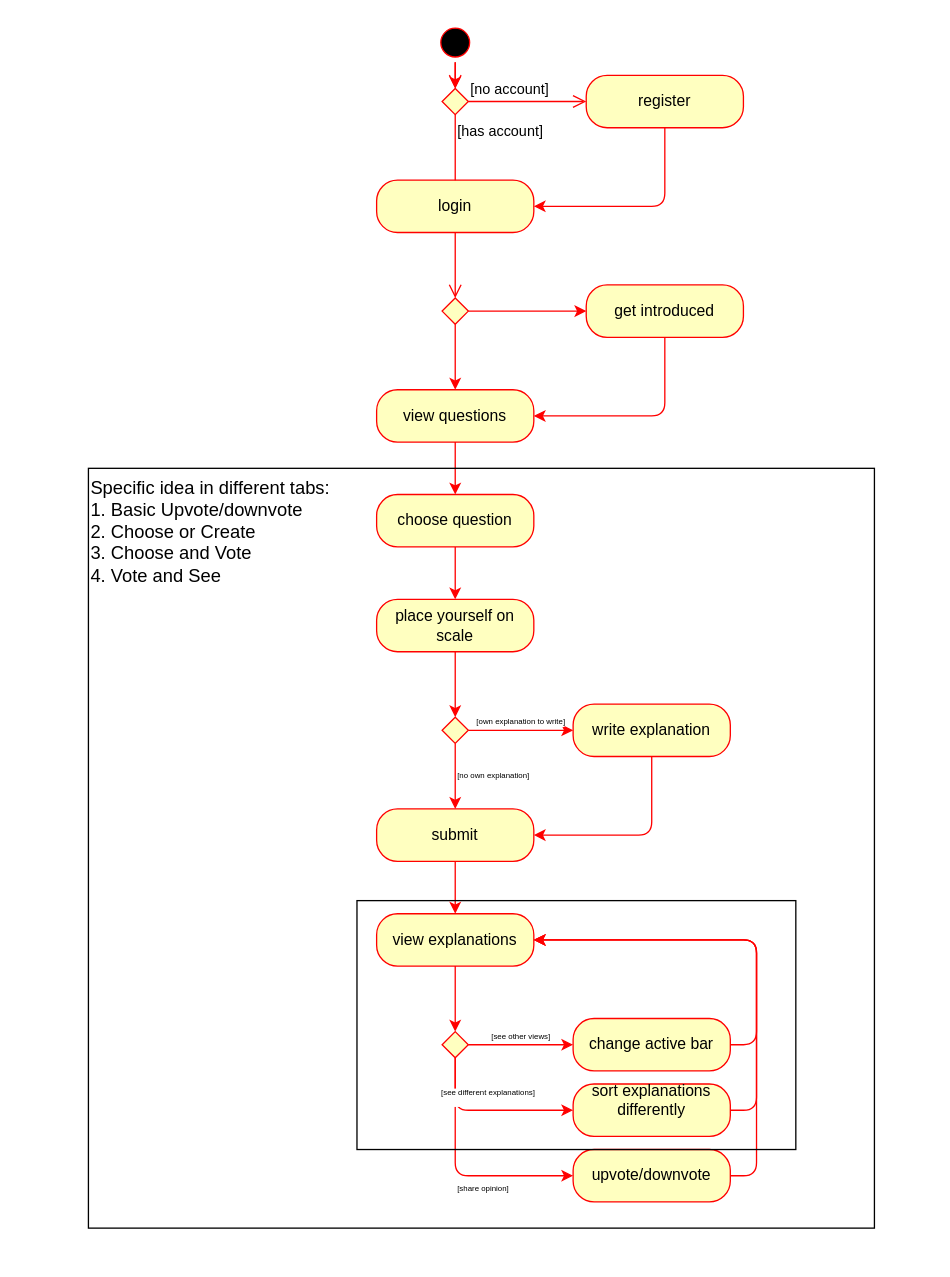
GabrielKP/vice-versa keeps this draw.io diagram as page "revised-diagram" (1 of 7) of diagrams/userflow.drawio. Above is the earlier version. Source tidied: cells renumbered, new cells numbered last; positions are measured from the earlier drawing's top-left corner, leaving out a move shared by most shapes. Both pictures are drawn from the tidied source at 131%, with x=0, y=0 at pixel (88, 22).
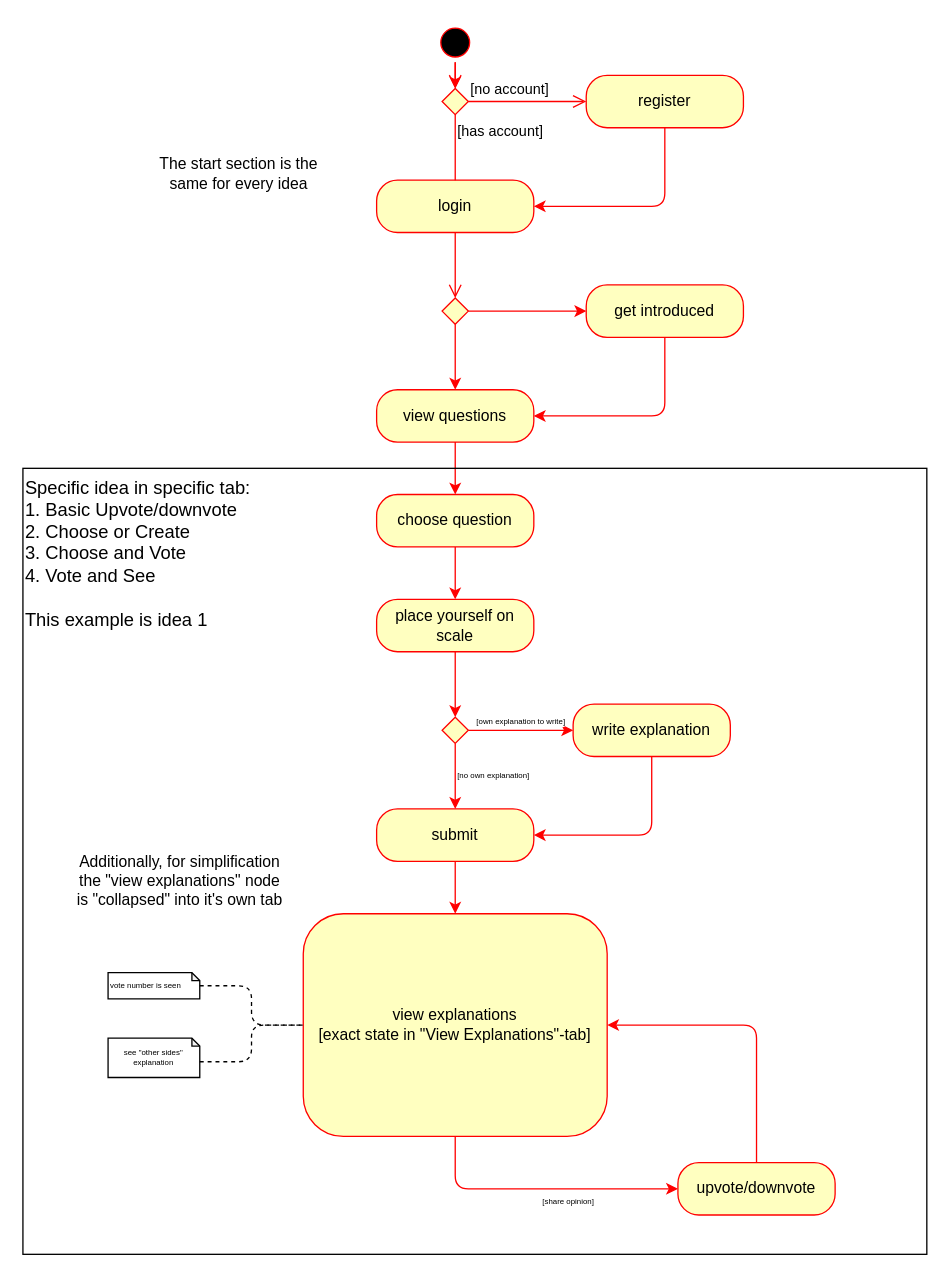
The same diagram, later.

Commit message (it also covers changes not shown here):
consistency, added explanations

The change refers to these unchanged cells:
```xml
<mxCell id="22" value="submit" style="rounded=1;whiteSpace=wrap;html=1;arcSize=40;fontColor=#000000;fillColor=#ffffc0;strokeColor=#ff0000;" parent="1" vertex="1">
  <mxGeometry x="220" y="600" width="120" height="40" as="geometry" />
</mxCell>
```

Diff of the diagram source:
```diff
@@
-    <mxCell id="21" style="edgeStyle=orthogonalEdgeStyle;rounded=1;jettySize=auto;html=1;strokeColor=#FF0000;fontSize=6;align=left;" parent="1" edge="1" source="22" target="31">
+    <mxCell id="21" style="edgeStyle=orthogonalEdgeStyle;rounded=1;jettySize=auto;html=1;strokeColor=#FF0000;fontSize=6;align=left;entryX=0.5;entryY=0;entryDx=0;entryDy=0;" parent="1" edge="1" source="22" target="46">
       <mxGeometry relative="1" as="geometry" />
     </mxCell>
@@
-    <mxCell id="30" style="edgeStyle=orthogonalEdgeStyle;rounded=1;jettySize=auto;html=1;strokeColor=#FF0000;fontSize=6;align=left;" parent="1" edge="1" source="31" target="35">
-      <mxGeometry relative="1" as="geometry" />
-    </mxCell>
-    <mxCell id="31" value="view explanations" style="rounded=1;whiteSpace=wrap;html=1;arcSize=40;fontColor=#000000;fillColor=#ffffc0;strokeColor=#ff0000;" parent="1" vertex="1">
-      <mxGeometry x="220" y="680" width="120" height="40" as="geometry" />
-    </mxCell>
-    <mxCell id="32" value="[share opinion] " style="edgeStyle=orthogonalEdgeStyle;rounded=1;jettySize=auto;html=1;strokeColor=#FF0000;fontSize=6;align=left;entryX=0;entryY=0.5;entryDx=0;entryDy=0;exitX=0.5;exitY=1;exitDx=0;exitDy=0;verticalAlign=top;" parent="1" edge="1" source="35" target="37">
+    <mxCell id="32" value="[share opinion] " style="edgeStyle=orthogonalEdgeStyle;rounded=1;jettySize=auto;html=1;strokeColor=#FF0000;fontSize=6;align=left;entryX=0;entryY=0.5;entryDx=0;entryDy=0;exitX=0.5;exitY=1;exitDx=0;exitDy=0;verticalAlign=top;" parent="1" edge="1" source="46" target="37">
       <mxGeometry relative="1" as="geometry" />
     </mxCell>
-    <mxCell id="33" value="&lt;div&gt;[see different explanations]&lt;/div&gt;&lt;div&gt;&lt;br&gt;&lt;/div&gt;" style="edgeStyle=orthogonalEdgeStyle;rounded=1;jettySize=auto;html=1;entryX=0;entryY=0.5;entryDx=0;entryDy=0;strokeColor=#FF0000;fontSize=6;align=center;exitX=0.5;exitY=1;exitDx=0;exitDy=0;verticalAlign=bottom;" parent="1" edge="1" source="35" target="39">
-      <mxGeometry relative="1" as="geometry" />
-    </mxCell>
-    <mxCell id="34" value="&lt;div&gt;[see other views]&lt;/div&gt;" style="edgeStyle=orthogonalEdgeStyle;rounded=1;jettySize=auto;html=1;entryX=0;entryY=0.5;entryDx=0;entryDy=0;strokeColor=#FF0000;fontSize=6;align=center;verticalAlign=bottom;" parent="1" edge="1" source="35" target="41">
-      <mxGeometry relative="1" as="geometry" />
-    </mxCell>
-    <mxCell id="35" style="rhombus;whiteSpace=wrap;html=1;fillColor=#ffffc0;strokeColor=#ff0000;" parent="1" vertex="1">
-      <mxGeometry x="270" y="770" width="20" height="20" as="geometry" />
-    </mxCell>
-    <mxCell id="36" style="edgeStyle=orthogonalEdgeStyle;rounded=1;jettySize=auto;html=1;entryX=1;entryY=0.5;entryDx=0;entryDy=0;strokeColor=#FF0000;fontSize=6;align=left;exitX=1;exitY=0.5;exitDx=0;exitDy=0;" parent="1" edge="1" source="37" target="31">
-      <mxGeometry relative="1" as="geometry" />
-    </mxCell>
+    <mxCell id="44" style="edgeStyle=orthogonalEdgeStyle;rounded=1;jettySize=auto;html=1;entryX=1;entryY=0.5;entryDx=0;entryDy=0;exitX=0.5;exitY=0;exitDx=0;exitDy=0;strokeColor=#FF0000;" parent="1" edge="1" source="37" target="46">
+      <mxGeometry relative="1" as="geometry" />
+    </mxCell>
     <mxCell id="37" value="upvote/downvote" style="rounded=1;whiteSpace=wrap;html=1;arcSize=40;fontColor=#000000;fillColor=#ffffc0;strokeColor=#ff0000;" parent="1" vertex="1">
-      <mxGeometry x="370" y="860" width="120" height="40" as="geometry" />
+      <mxGeometry x="450" y="870" width="120" height="40" as="geometry" />
     </mxCell>
-    <mxCell id="38" style="edgeStyle=orthogonalEdgeStyle;rounded=1;jettySize=auto;html=1;entryX=1;entryY=0.5;entryDx=0;entryDy=0;strokeColor=#FF0000;fontSize=6;align=left;exitX=1;exitY=0.5;exitDx=0;exitDy=0;" parent="1" edge="1" source="39" target="31">
-      <mxGeometry relative="1" as="geometry" />
-    </mxCell>
-    <mxCell id="39" value="&lt;div&gt;sort explanations differently&lt;/div&gt;&lt;div&gt;&lt;br&gt;&lt;/div&gt;" style="rounded=1;whiteSpace=wrap;html=1;arcSize=40;fontColor=#000000;fillColor=#ffffc0;strokeColor=#ff0000;" parent="1" vertex="1">
-      <mxGeometry x="370" y="810" width="120" height="40" as="geometry" />
-    </mxCell>
-    <mxCell id="40" style="edgeStyle=orthogonalEdgeStyle;rounded=1;jettySize=auto;html=1;entryX=1;entryY=0.5;entryDx=0;entryDy=0;strokeColor=#FF0000;fontSize=6;align=left;exitX=1;exitY=0.5;exitDx=0;exitDy=0;" parent="1" edge="1" source="41" target="31">
-      <mxGeometry relative="1" as="geometry" />
-    </mxCell>
-    <mxCell id="41" value="change active bar" style="rounded=1;whiteSpace=wrap;html=1;arcSize=40;fontColor=#000000;fillColor=#ffffc0;strokeColor=#ff0000;" parent="1" vertex="1">
-      <mxGeometry x="370" y="760" width="120" height="40" as="geometry" />
-    </mxCell>
-    <mxCell id="42" value="&lt;div style=&quot;font-size: 14px&quot;&gt;Specific idea in different tabs:&lt;br&gt;1. Basic Upvote/downvote&lt;/div&gt;&lt;div style=&quot;font-size: 14px&quot;&gt;2. Choose or Create&lt;/div&gt;&lt;div style=&quot;font-size: 14px&quot;&gt;3. Choose and Vote&lt;/div&gt;&lt;div style=&quot;font-size: 14px&quot;&gt;4. Vote and See&lt;br style=&quot;font-size: 14px&quot;&gt;&lt;/div&gt;" style="rounded=0;whiteSpace=wrap;html=1;fontSize=14;fillColor=none;align=left;verticalAlign=top;" parent="1" vertex="1">
-      <mxGeometry y="340" width="600" height="580" as="geometry" />
+    <mxCell id="42" value="&lt;div style=&quot;font-size: 14px&quot;&gt;Specific idea in specific tab:&lt;br&gt;1. Basic Upvote/downvote&lt;/div&gt;&lt;div style=&quot;font-size: 14px&quot;&gt;2. Choose or Create&lt;/div&gt;&lt;div style=&quot;font-size: 14px&quot;&gt;3. Choose and Vote&lt;/div&gt;&lt;div style=&quot;font-size: 14px&quot;&gt;4. Vote and See&lt;/div&gt;&lt;div style=&quot;font-size: 14px&quot;&gt;&lt;br&gt;&lt;/div&gt;&lt;div style=&quot;font-size: 14px&quot;&gt;This example is idea 1&lt;br style=&quot;font-size: 14px&quot;&gt;&lt;/div&gt;" style="rounded=0;whiteSpace=wrap;html=1;fontSize=14;fillColor=none;align=left;verticalAlign=top;" parent="1" vertex="1">
+      <mxGeometry x="-50" y="340" width="690" height="600" as="geometry" />
     </mxCell>
-    <mxCell id="43" style="rounded=0;whiteSpace=wrap;html=1;fillColor=none;align=center;" parent="1" vertex="1">
-      <mxGeometry x="205" y="670" width="335" height="190" as="geometry" />
-    </mxCell>
+    <mxCell id="45" value="Additionally, for simplification the &quot;view explanations&quot; node is &quot;collapsed&quot; into it's own tab" style="text;html=1;strokeColor=none;fillColor=none;align=center;verticalAlign=middle;whiteSpace=wrap;rounded=0;" parent="1" vertex="1">
+      <mxGeometry x="-10" y="610" width="160" height="90" as="geometry" />
+    </mxCell>
+    <mxCell id="46" value="view explanations&lt;br&gt;[exact state in &quot;View Explanations&quot;-tab]" style="rounded=1;whiteSpace=wrap;html=1;arcSize=18;fontColor=#000000;fillColor=#ffffc0;strokeColor=#ff0000;" parent="1" vertex="1">
+      <mxGeometry x="164" y="680" width="232" height="170" as="geometry" />
+    </mxCell>
+    <mxCell id="47" value="The start section is the same for every idea" style="text;html=1;strokeColor=none;fillColor=none;align=center;verticalAlign=middle;whiteSpace=wrap;rounded=0;shadow=0;" parent="1" vertex="1">
+      <mxGeometry x="40" y="70" width="150" height="90" as="geometry" />
+    </mxCell>
+    <mxCell id="48" style="edgeStyle=orthogonalEdgeStyle;rounded=1;jettySize=auto;html=1;dashed=1;endArrow=none;endFill=0;strokeColor=#000000;fontSize=6;align=left;entryX=0;entryY=0.5;entryDx=0;entryDy=0;" parent="1" edge="1" source="49" target="46">
+      <mxGeometry relative="1" as="geometry" />
+    </mxCell>
+    <mxCell id="49" value="vote number is seen" style="shape=note;whiteSpace=wrap;html=1;backgroundOutline=1;darkOpacity=0.05;fillColor=none;gradientColor=none;fontSize=6;align=left;size=6;" parent="1" vertex="1">
+      <mxGeometry x="15" y="725" width="70" height="20" as="geometry" />
+    </mxCell>
+    <mxCell id="50" value="see &quot;other sides&quot; explanation" style="shape=note;whiteSpace=wrap;html=1;backgroundOutline=1;darkOpacity=0.05;fillColor=none;gradientColor=none;fontSize=6;align=center;size=6;" parent="1" vertex="1">
+      <mxGeometry x="15" y="775" width="70" height="30" as="geometry" />
+    </mxCell>
+    <mxCell id="51" style="edgeStyle=orthogonalEdgeStyle;rounded=1;jettySize=auto;html=1;dashed=1;endArrow=none;endFill=0;strokeColor=#000000;fontSize=6;align=left;entryX=0;entryY=0.5;entryDx=0;entryDy=0;exitX=0;exitY=0;exitDx=70;exitDy=18;exitPerimeter=0;" parent="1" edge="1" source="50" target="46">
+      <mxGeometry relative="1" as="geometry" />
+    </mxCell>
```
